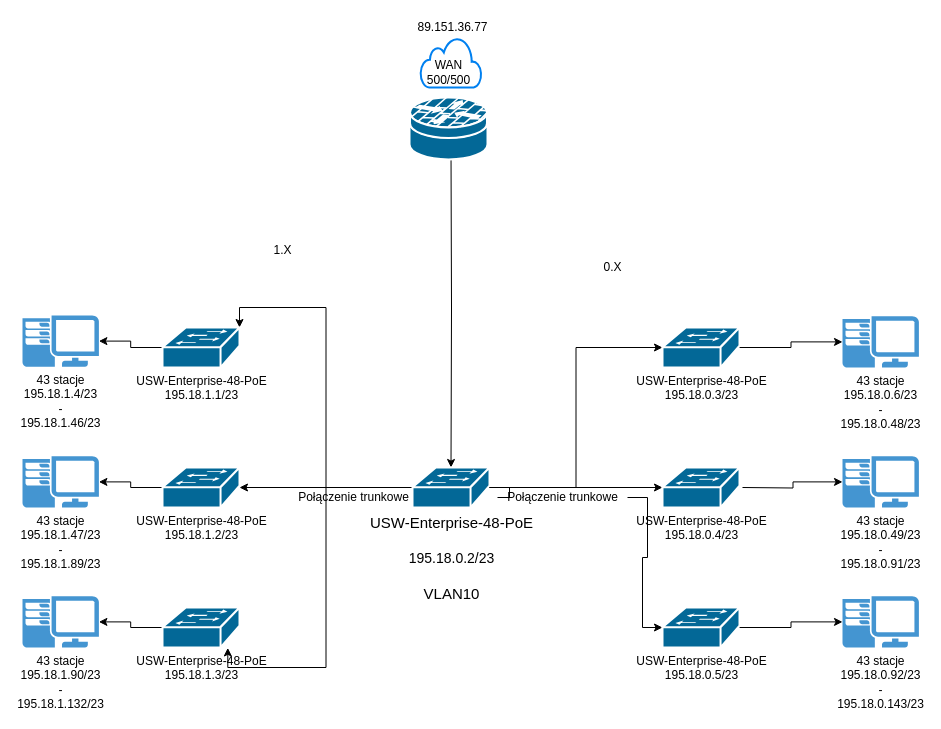
The draw.io diagram Untitled Diagram.drawio in Kebab81/PRV, before the edit. Source tidied: cells renumbered, new cells numbered last; positions are measured from the earlier drawing's top-left corner, leaving out a move shared by most shapes. Both pictures are drawn from the tidied source at 100%, with x=0, y=0 at pixel (22, 17).
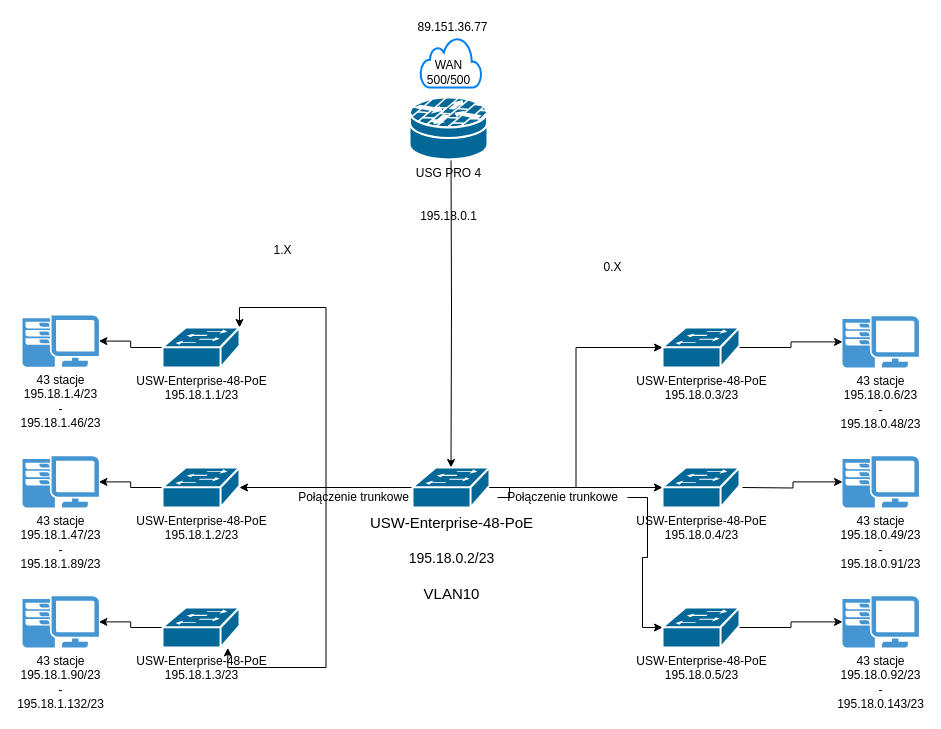
After the change.

Change to the diagram source:
```diff
@@
-    <mxCell id="34" style="shape=mxgraph.cisco.security.router_firewall;sketch=0;html=1;dashed=0;fillColor=#036897;strokeColor=#ffffff;strokeWidth=2;verticalLabelPosition=bottom;verticalAlign=top;align=center;" parent="1" vertex="1">
+    <mxCell id="34" value="&lt;div&gt;USG PRO 4&lt;/div&gt;&lt;div&gt;&lt;br&gt;&lt;/div&gt;&lt;div&gt;&lt;br&gt;&lt;/div&gt;&lt;div&gt;195.18.0.1&lt;br&gt;&lt;/div&gt;" style="shape=mxgraph.cisco.security.router_firewall;sketch=0;html=1;dashed=0;fillColor=#036897;strokeColor=#ffffff;strokeWidth=2;verticalLabelPosition=bottom;verticalAlign=top;align=center;" parent="1" vertex="1">
       <mxGeometry x="387" y="80" width="78" height="62" as="geometry" />
     </mxCell>
```
